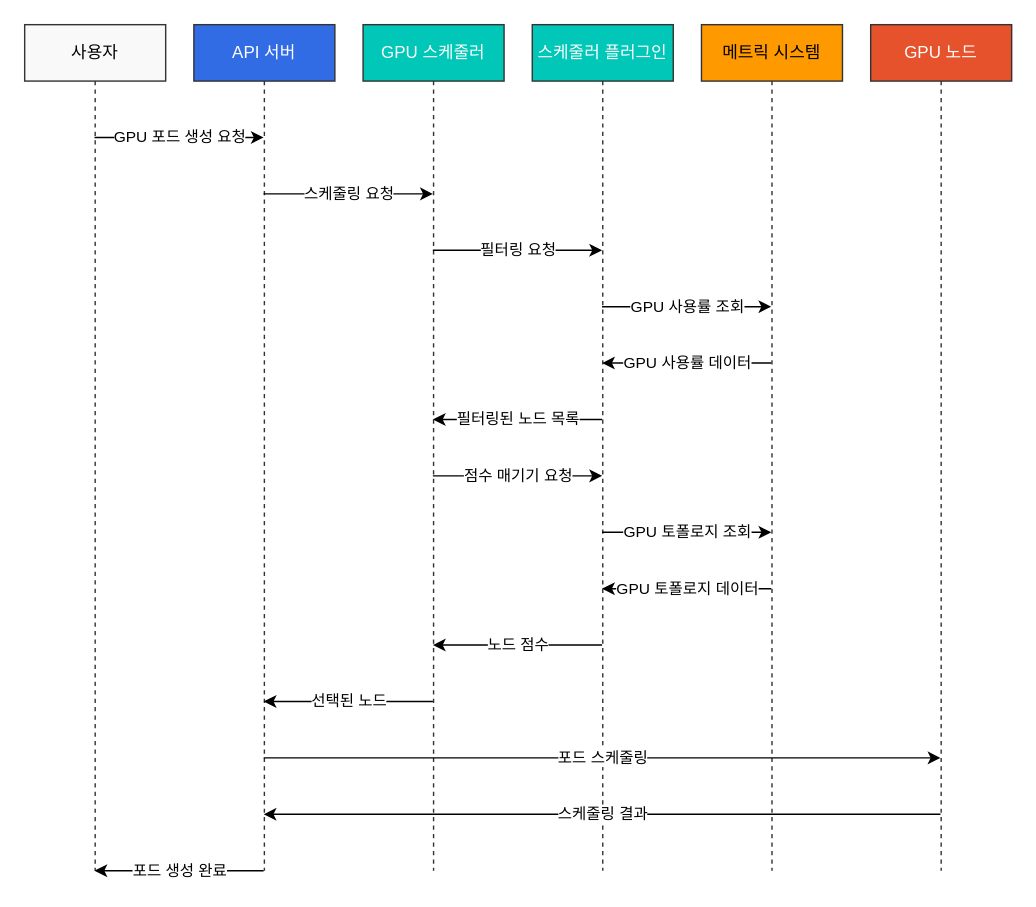
Earlier version of the draw.io diagram assets/generated-diagrams/gpu_workload_scheduling_workflow.drawio (Atom-oh/kubernetes-docs). Source tidied: cells renumbered, new cells numbered last; positions are measured from the earlier drawing's top-left corner, leaving out a move shared by most shapes. Both pictures are drawn from the tidied source at 141%, with x=0, y=0 at pixel (24, 24).
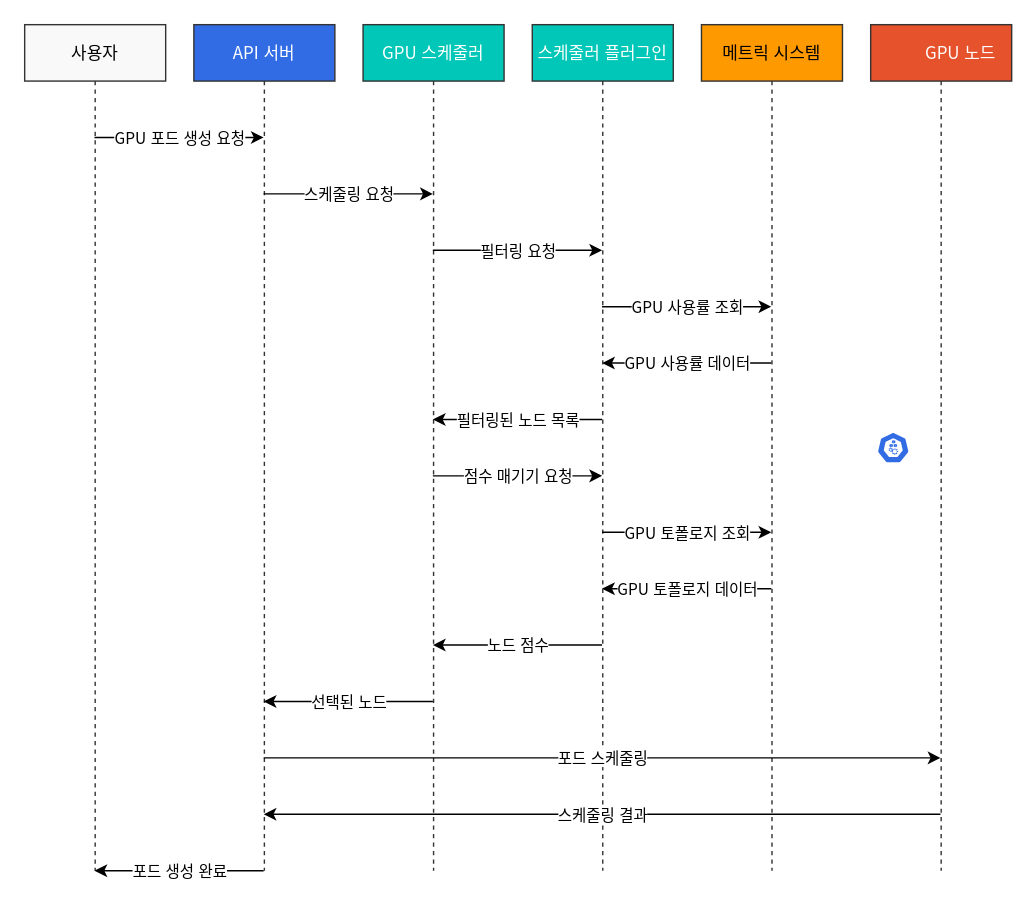
The same diagram, later.

Change to the diagram source:
```diff
@@
-    <mxCell id="2" value="사용자" style="shape=umlLifeline;perimeter=lifelinePerimeter;whiteSpace=wrap;html=1;outlineConnect=0;fillColor=#f9f9f9;strokeColor=#333333;strokeWidth=1;" parent="1" vertex="1">
+    <mxCell id="2" value="사용자" style="shape=umlLifeline;perimeter=lifelinePerimeter;whiteSpace=wrap;html=1;outlineConnect=0;fillColor=#f9f9f9;strokeColor=#333333;strokeWidth=1;fontSize=12;fontFamily=Noto Sans CJK KR;" parent="1" vertex="1">
       <mxGeometry width="100" height="600" as="geometry" />
     </mxCell>
-    <mxCell id="3" value="API 서버" style="shape=umlLifeline;perimeter=lifelinePerimeter;whiteSpace=wrap;html=1;outlineConnect=0;fillColor=#326CE5;strokeColor=#333333;strokeWidth=1;fontColor=#FFFFFF;" parent="1" vertex="1">
+    <mxCell id="3" value="API 서버" style="shape=umlLifeline;perimeter=lifelinePerimeter;whiteSpace=wrap;html=1;outlineConnect=0;fillColor=#326CE5;strokeColor=#333333;strokeWidth=1;fontColor=#FFFFFF;fontSize=12;fontFamily=Noto Sans CJK KR;" parent="1" vertex="1">
       <mxGeometry x="120" width="100" height="600" as="geometry" />
     </mxCell>
-    <mxCell id="4" value="GPU 스케줄러" style="shape=umlLifeline;perimeter=lifelinePerimeter;whiteSpace=wrap;html=1;outlineConnect=0;fillColor=#00C7B7;strokeColor=#333333;strokeWidth=1;fontColor=#FFFFFF;" parent="1" vertex="1">
+    <mxCell id="4" value="GPU 스케줄러" style="shape=umlLifeline;perimeter=lifelinePerimeter;whiteSpace=wrap;html=1;outlineConnect=0;fillColor=#00C7B7;strokeColor=#333333;strokeWidth=1;fontColor=#FFFFFF;fontSize=12;fontFamily=Noto Sans CJK KR;" parent="1" vertex="1">
       <mxGeometry x="240" width="100" height="600" as="geometry" />
     </mxCell>
-    <mxCell id="5" value="스케줄러 플러그인" style="shape=umlLifeline;perimeter=lifelinePerimeter;whiteSpace=wrap;html=1;outlineConnect=0;fillColor=#00C7B7;strokeColor=#333333;strokeWidth=1;fontColor=#FFFFFF;" parent="1" vertex="1">
+    <mxCell id="5" value="스케줄러 플러그인" style="shape=umlLifeline;perimeter=lifelinePerimeter;whiteSpace=wrap;html=1;outlineConnect=0;fillColor=#00C7B7;strokeColor=#333333;strokeWidth=1;fontColor=#FFFFFF;fontSize=12;fontFamily=Noto Sans CJK KR;" parent="1" vertex="1">
       <mxGeometry x="360" width="100" height="600" as="geometry" />
     </mxCell>
-    <mxCell id="6" value="메트릭 시스템" style="shape=umlLifeline;perimeter=lifelinePerimeter;whiteSpace=wrap;html=1;outlineConnect=0;fillColor=#FF9900;strokeColor=#333333;strokeWidth=1;fontColor=#000000;" parent="1" vertex="1">
+    <mxCell id="6" value="메트릭 시스템" style="shape=umlLifeline;perimeter=lifelinePerimeter;whiteSpace=wrap;html=1;outlineConnect=0;fillColor=#FF9900;strokeColor=#333333;strokeWidth=1;fontColor=#000000;fontSize=12;fontFamily=Noto Sans CJK KR;" parent="1" vertex="1">
       <mxGeometry x="480" width="100" height="600" as="geometry" />
     </mxCell>
-    <mxCell id="7" value="GPU 노드" style="shape=umlLifeline;perimeter=lifelinePerimeter;whiteSpace=wrap;html=1;outlineConnect=0;fillColor=#E6522C;strokeColor=#333333;strokeWidth=1;fontColor=#FFFFFF;" parent="1" vertex="1">
+    <mxCell id="7" value="GPU 노드" style="shape=umlLifeline;perimeter=lifelinePerimeter;whiteSpace=wrap;html=1;outlineConnect=0;fillColor=#E6522C;strokeColor=#333333;strokeWidth=1;fontColor=#FFFFFF;fontSize=12;fontFamily=Noto Sans CJK KR;spacingLeft=28;" parent="1" vertex="1">
       <mxGeometry x="600" width="100" height="600" as="geometry" />
     </mxCell>
-    <mxCell id="8" value="GPU 포드 생성 요청" style="endArrow=classic;html=1;" parent="1" edge="1" source="2" target="3">
+    <mxCell id="8" value="GPU 포드 생성 요청" style="endArrow=classic;html=1;strokeWidth=1;fontFamily=Noto Sans CJK KR;" parent="1" edge="1" source="2" target="3">
       <mxGeometry relative="1" as="geometry">
         <Array as="points">
           <mxPoint x="80" y="80" />
         </Array>
       </mxGeometry>
     </mxCell>
-    <mxCell id="9" value="스케줄링 요청" style="endArrow=classic;html=1;" parent="1" edge="1" source="3" target="4">
+    <mxCell id="9" value="스케줄링 요청" style="endArrow=classic;html=1;strokeWidth=1;fontFamily=Noto Sans CJK KR;" parent="1" edge="1" source="3" target="4">
       <mxGeometry relative="1" as="geometry">
         <Array as="points">
           <mxPoint x="200" y="120" />
         </Array>
       </mxGeometry>
     </mxCell>
-    <mxCell id="10" value="필터링 요청" style="endArrow=classic;html=1;" parent="1" edge="1" source="4" target="5">
+    <mxCell id="10" value="필터링 요청" style="endArrow=classic;html=1;strokeWidth=1;fontFamily=Noto Sans CJK KR;" parent="1" edge="1" source="4" target="5">
       <mxGeometry relative="1" as="geometry">
         <Array as="points">
           <mxPoint x="320" y="160" />
         </Array>
       </mxGeometry>
     </mxCell>
-    <mxCell id="11" value="GPU 사용률 조회" style="endArrow=classic;html=1;" parent="1" edge="1" source="5" target="6">
+    <mxCell id="11" value="GPU 사용률 조회" style="endArrow=classic;html=1;strokeWidth=1;fontFamily=Noto Sans CJK KR;" parent="1" edge="1" source="5" target="6">
       <mxGeometry relative="1" as="geometry">
         <Array as="points">
           <mxPoint x="440" y="200" />
         </Array>
       </mxGeometry>
     </mxCell>
-    <mxCell id="12" value="GPU 사용률 데이터" style="endArrow=classic;html=1;" parent="1" edge="1" source="6" target="5">
+    <mxCell id="12" value="GPU 사용률 데이터" style="endArrow=classic;html=1;strokeWidth=1;fontFamily=Noto Sans CJK KR;" parent="1" edge="1" source="6" target="5">
       <mxGeometry relative="1" as="geometry">
         <Array as="points">
           <mxPoint x="440" y="240" />
         </Array>
       </mxGeometry>
     </mxCell>
-    <mxCell id="13" value="필터링된 노드 목록" style="endArrow=classic;html=1;" parent="1" edge="1" source="5" target="4">
+    <mxCell id="13" value="필터링된 노드 목록" style="endArrow=classic;html=1;strokeWidth=1;fontFamily=Noto Sans CJK KR;" parent="1" edge="1" source="5" target="4">
       <mxGeometry relative="1" as="geometry">
         <Array as="points">
           <mxPoint x="320" y="280" />
         </Array>
       </mxGeometry>
     </mxCell>
-    <mxCell id="14" value="점수 매기기 요청" style="endArrow=classic;html=1;" parent="1" edge="1" source="4" target="5">
+    <mxCell id="14" value="점수 매기기 요청" style="endArrow=classic;html=1;strokeWidth=1;fontFamily=Noto Sans CJK KR;" parent="1" edge="1" source="4" target="5">
       <mxGeometry relative="1" as="geometry">
         <Array as="points">
           <mxPoint x="320" y="320" />
         </Array>
       </mxGeometry>
     </mxCell>
-    <mxCell id="15" value="GPU 토폴로지 조회" style="endArrow=classic;html=1;" parent="1" edge="1" source="5" target="6">
+    <mxCell id="15" value="GPU 토폴로지 조회" style="endArrow=classic;html=1;strokeWidth=1;fontFamily=Noto Sans CJK KR;" parent="1" edge="1" source="5" target="6">
       <mxGeometry relative="1" as="geometry">
         <Array as="points">
           <mxPoint x="440" y="360" />
         </Array>
       </mxGeometry>
     </mxCell>
-    <mxCell id="16" value="GPU 토폴로지 데이터" style="endArrow=classic;html=1;" parent="1" edge="1" source="6" target="5">
+    <mxCell id="16" value="GPU 토폴로지 데이터" style="endArrow=classic;html=1;strokeWidth=1;fontFamily=Noto Sans CJK KR;" parent="1" edge="1" source="6" target="5">
       <mxGeometry relative="1" as="geometry">
         <Array as="points">
           <mxPoint x="440" y="400" />
         </Array>
       </mxGeometry>
     </mxCell>
-    <mxCell id="17" value="노드 점수" style="endArrow=classic;html=1;" parent="1" edge="1" source="5" target="4">
+    <mxCell id="17" value="노드 점수" style="endArrow=classic;html=1;strokeWidth=1;fontFamily=Noto Sans CJK KR;" parent="1" edge="1" source="5" target="4">
       <mxGeometry relative="1" as="geometry">
         <Array as="points">
           <mxPoint x="320" y="440" />
         </Array>
       </mxGeometry>
     </mxCell>
-    <mxCell id="18" value="선택된 노드" style="endArrow=classic;html=1;" parent="1" edge="1" source="4" target="3">
+    <mxCell id="18" value="선택된 노드" style="endArrow=classic;html=1;strokeWidth=1;fontFamily=Noto Sans CJK KR;" parent="1" edge="1" source="4" target="3">
       <mxGeometry relative="1" as="geometry">
         <Array as="points">
           <mxPoint x="200" y="480" />
         </Array>
       </mxGeometry>
     </mxCell>
-    <mxCell id="19" value="포드 스케줄링" style="endArrow=classic;html=1;" parent="1" edge="1" source="3" target="7">
+    <mxCell id="19" value="포드 스케줄링" style="endArrow=classic;html=1;strokeWidth=1;fontFamily=Noto Sans CJK KR;" parent="1" edge="1" source="3" target="7">
       <mxGeometry relative="1" as="geometry">
         <Array as="points">
           <mxPoint x="360" y="520" />
         </Array>
       </mxGeometry>
     </mxCell>
-    <mxCell id="20" value="스케줄링 결과" style="endArrow=classic;html=1;" parent="1" edge="1" source="7" target="3">
+    <mxCell id="20" value="스케줄링 결과" style="endArrow=classic;html=1;strokeWidth=1;fontFamily=Noto Sans CJK KR;" parent="1" edge="1" source="7" target="3">
       <mxGeometry relative="1" as="geometry">
         <Array as="points">
           <mxPoint x="360" y="560" />
         </Array>
       </mxGeometry>
     </mxCell>
-    <mxCell id="21" value="포드 생성 완료" style="endArrow=classic;html=1;" parent="1" edge="1" source="3" target="2">
+    <mxCell id="21" value="포드 생성 완료" style="endArrow=classic;html=1;strokeWidth=1;fontFamily=Noto Sans CJK KR;" parent="1" edge="1" source="3" target="2">
       <mxGeometry relative="1" as="geometry">
         <Array as="points">
           <mxPoint x="80" y="600" />
         </Array>
       </mxGeometry>
     </mxCell>
+    <mxCell id="22" style="sketch=0;fontColor=#232F3E;gradientColor=none;fillColor=#326CE5;strokeColor=none;dashed=0;verticalLabelPosition=middle;verticalAlign=middle;align=left;html=1;fontSize=0;fontStyle=0;shape=mxgraph.kubernetes.icon;prIcon=node;" parent="1" vertex="1">
+      <mxGeometry x="604" y="289" width="24" height="22" as="geometry" />
+    </mxCell>
```
